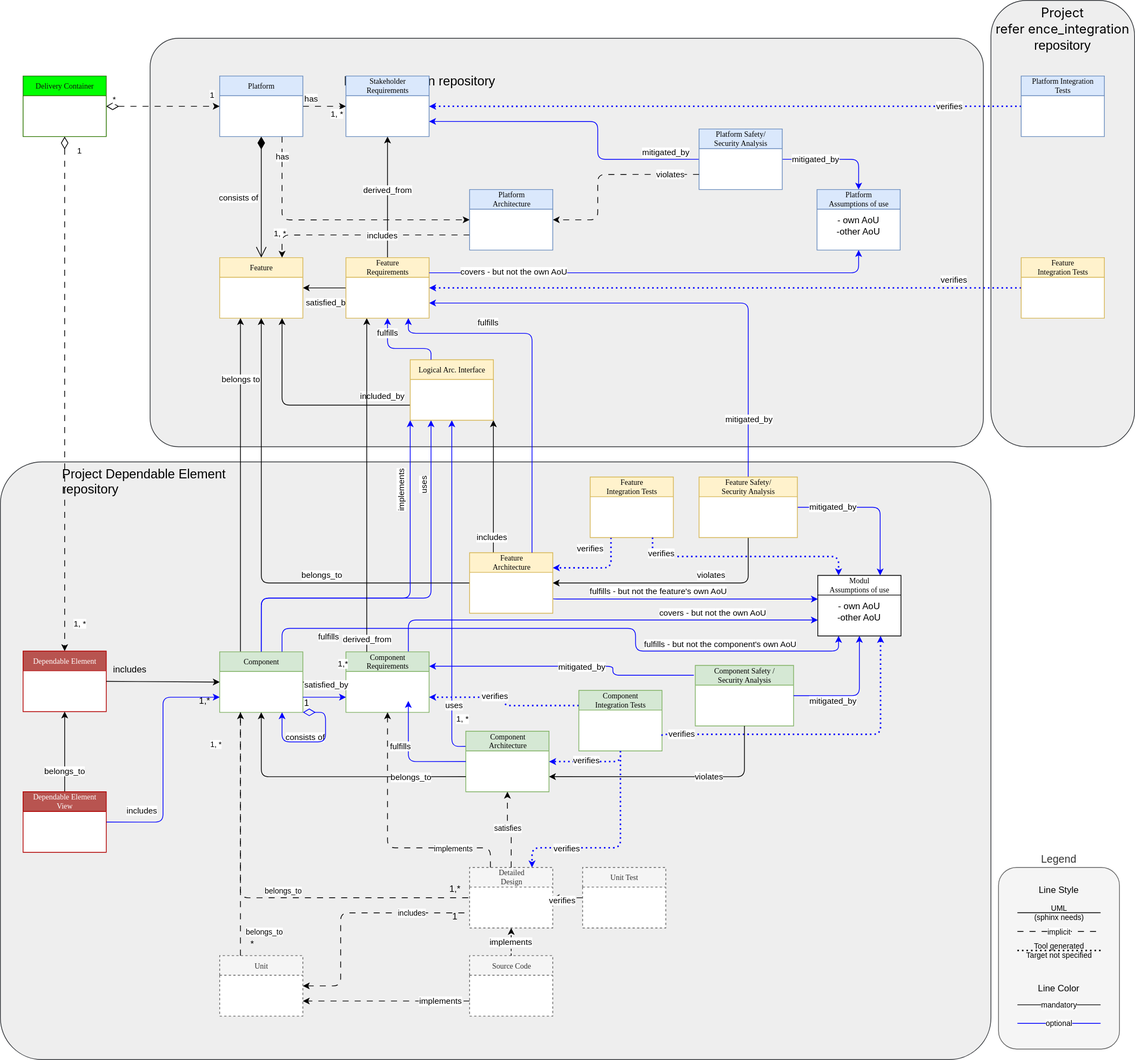
Before: process/general_concepts/_assets/score_building_blocks_meta_model_deployment_example.drawio.svg, a diagram exported from draw.io (eclipse-score/process_description). Source tidied: cells renumbered, new cells last; positions are measured from the earlier drawing's top-left corner, leaving out a move shared by most shapes.
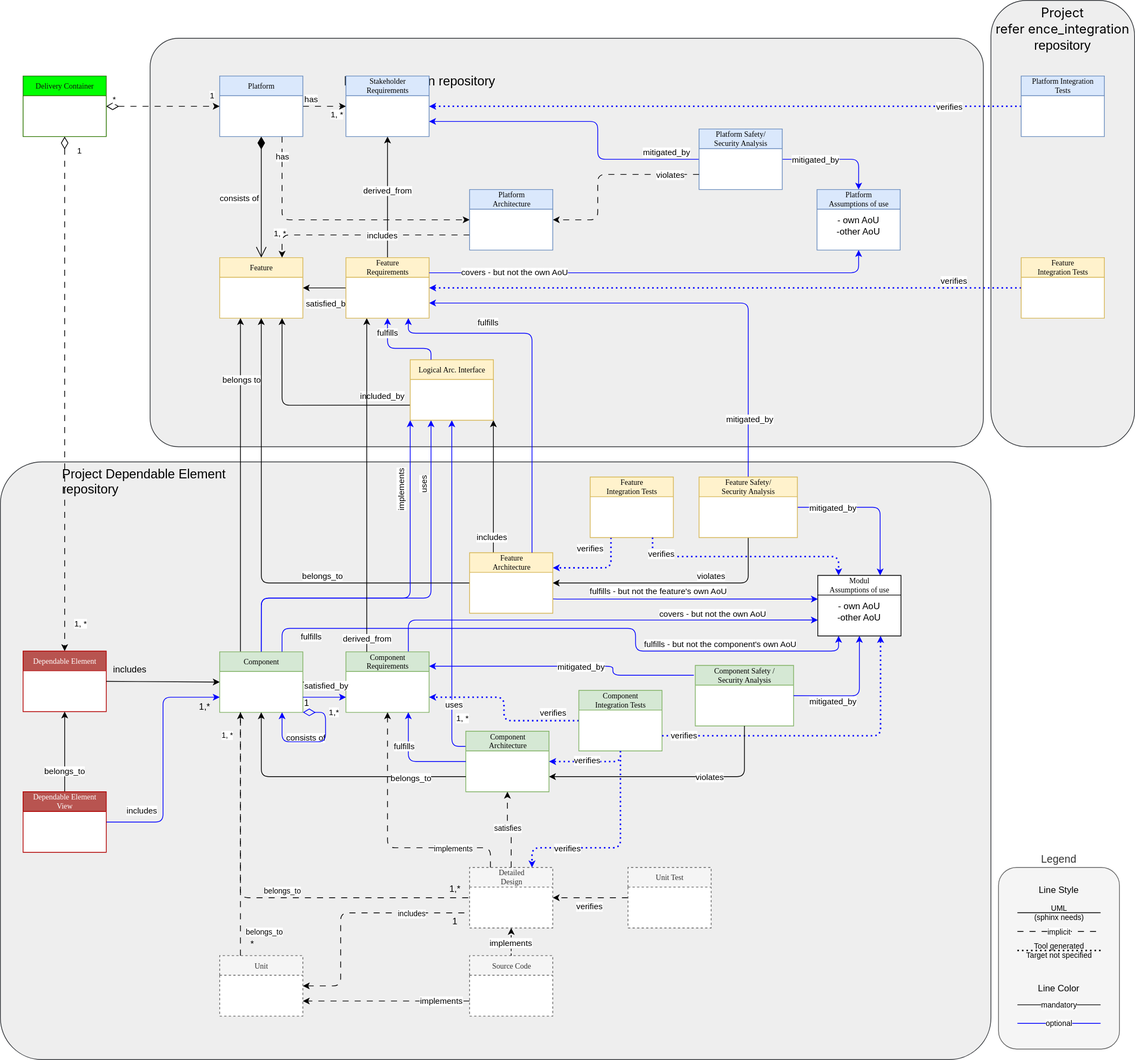
Later version of the same file.

Commit message:
rearrange items

Change to the diagram source:
```diff
@@ -2,12 +2,12 @@
   <root>
     <mxCell id="0" />
     <mxCell id="1" parent="0" />
+    <mxCell id="3" value="Project Dependable Element &#10;repository" style="rounded=1;whiteSpace=wrap;fillColor=#eeeeee;strokeColor=#36393d;align=left;verticalAlign=top;fontSize=17;labelBackgroundColor=none;spacingLeft=80;arcSize=7;" parent="1" vertex="1">
+      <mxGeometry y="610" width="1310" height="790" as="geometry" />
+    </mxCell>
     <mxCell id="2" value="&lt;div style=&quot;&quot;&gt;&lt;h4 class=&quot;Title-module__heading__tHuYV ReposListItem-module__DefaultItemTitle__n3lDr&quot; style=&quot;background-color: transparent; text-decoration-thickness: auto; text-decoration-style: solid; box-sizing: border-box; margin-top: 0px; margin-bottom: 0px; font-weight: 400; max-width: 100%; text-overflow: ellipsis; flex-shrink: 1; justify-content: space-between; display: inline; overflow: hidden; padding-left: 0px; caret-color: rgb(240, 246, 252);&quot;&gt;&lt;font style=&quot;font-size: 17px;&quot;&gt;&lt;span style=&quot;box-sizing: border-box;&quot;&gt;&lt;span class=&quot;SearchMatchText-module__highlightedText__ATaD0&quot; style=&quot;font-family: -apple-system, BlinkMacSystemFont, &amp;quot;Segoe UI&amp;quot;, &amp;quot;Noto Sans&amp;quot;, Helvetica, Arial, sans-serif, &amp;quot;Apple Color Emoji&amp;quot;, &amp;quot;Segoe UI Emoji&amp;quot;; text-wrap-mode: nowrap; box-sizing: border-box; background-color: rgba(0, 0, 0, 0); caret-color: rgb(240, 246, 252);&quot;&gt;Project&lt;/span&gt;&lt;/span&gt;&lt;/font&gt;&lt;/h4&gt;&lt;/div&gt;&lt;div style=&quot;&quot;&gt;&lt;h4 class=&quot;Title-module__heading__tHuYV ReposListItem-module__DefaultItemTitle__n3lDr&quot; style=&quot;background-color: transparent; text-decoration-thickness: auto; text-decoration-style: solid; box-sizing: border-box; margin-top: 0px; margin-bottom: 0px; font-weight: 400; max-width: 100%; text-overflow: ellipsis; flex-shrink: 1; justify-content: space-between; display: inline; overflow: hidden; padding-left: 0px; caret-color: rgb(240, 246, 252);&quot;&gt;&lt;font style=&quot;font-size: 17px;&quot;&gt;&lt;span style=&quot;box-sizing: border-box;&quot;&gt;&lt;span class=&quot;SearchMatchText-module__highlightedText__ATaD0&quot; style=&quot;font-family: -apple-system, BlinkMacSystemFont, &amp;quot;Segoe UI&amp;quot;, &amp;quot;Noto Sans&amp;quot;, Helvetica, Arial, sans-serif, &amp;quot;Apple Color Emoji&amp;quot;, &amp;quot;Segoe UI Emoji&amp;quot;; text-wrap-mode: nowrap; box-sizing: border-box; background-color: rgba(0, 0, 0, 0); caret-color: rgb(240, 246, 252);&quot;&gt;&amp;nbsp;refer&lt;/span&gt;&lt;font face=&quot;-apple-system, BlinkMacSystemFont, Segoe UI, Noto Sans, Helvetica, Arial, sans-serif, Apple Color Emoji, Segoe UI Emoji&quot;&gt;&lt;span style=&quot;text-wrap-mode: nowrap; caret-color: rgb(240, 246, 252);&quot;&gt;ence_integration&lt;/span&gt;&lt;/font&gt;&lt;font face=&quot;-apple-system, system-ui, Segoe UI, Noto Sans, Helvetica, Arial, sans-serif, Apple Color Emoji, Segoe UI Emoji&quot;&gt;&lt;span style=&quot;text-wrap-mode: nowrap; caret-color: rgb(240, 246, 252);&quot;&gt;&lt;br&gt;&lt;/span&gt;&lt;/font&gt;&lt;/span&gt;&lt;/font&gt;&lt;/h4&gt;&lt;span style=&quot;background-color: transparent; font-size: 17px;&quot;&gt;repository&lt;/span&gt;&lt;/div&gt;" style="rounded=1;whiteSpace=wrap;html=1;fillColor=#eeeeee;strokeColor=#36393d;verticalAlign=top;align=center;fontColor=default;arcSize=25;" parent="1" vertex="1">
       <mxGeometry x="1310" width="190" height="590" as="geometry" />
     </mxCell>
-    <mxCell id="3" value="Project Dependable Element &#10;repository" style="rounded=1;whiteSpace=wrap;fillColor=#eeeeee;strokeColor=#36393d;align=left;verticalAlign=top;fontSize=17;labelBackgroundColor=none;spacingLeft=80;arcSize=7;" parent="1" vertex="1">
-      <mxGeometry y="610" width="1310" height="790" as="geometry" />
-    </mxCell>
     <mxCell id="4" value="&lt;span style=&quot;white-space: pre;&quot;&gt;&#9;&lt;/span&gt;&lt;span style=&quot;white-space: pre;&quot;&gt;&#9;&lt;/span&gt;PROJECT main repository" style="rounded=1;whiteSpace=wrap;html=1;fillColor=#eeeeee;strokeColor=#36393d;align=left;verticalAlign=top;fontSize=17;arcSize=7;spacingLeft=80;fontFamily=Helvetica;fontColor=default;labelBackgroundColor=none;" parent="1" vertex="1">
       <mxGeometry x="198" y="50" width="1102" height="540" as="geometry" />
     </mxCell>
@@ -90,7 +90,7 @@
     </mxCell>
     <mxCell id="21" value="1,*" style="edgeLabel;html=1;align=center;verticalAlign=middle;" parent="20" vertex="1">
       <mxGeometry x="0.71" y="4" relative="1" as="geometry">
-        <mxPoint x="4" y="-20" as="offset" />
+        <mxPoint x="-9" y="43" as="offset" />
       </mxGeometry>
     </mxCell>
     <mxCell id="22" value="satisfied_by" style="edgeLabel;html=1;align=center;verticalAlign=middle;rotation=0;" parent="20" vertex="1">
@@ -118,7 +118,9 @@
       <mxGeometry x="290" y="1262.5" width="110" height="80" as="geometry" />
     </mxCell>
     <mxCell id="27" value="1, *" style="endArrow=none;html=1;endSize=6;startArrow=none;startSize=14;startFill=0;edgeStyle=orthogonalEdgeStyle;align=center;verticalAlign=middle;rounded=1;entryX=0.25;entryY=1;entryDx=0;entryDy=0;exitX=0.25;exitY=0;exitDx=0;exitDy=0;endFill=1;dashed=1;dashPattern=8 8;strokeColor=default;fontFamily=Helvetica;fontSize=10;fontColor=default;labelBackgroundColor=default;" parent="1" edge="1" source="26" target="12">
-      <mxGeometry x="0.74" y="33" relative="1" as="geometry" />
+      <mxGeometry x="0.82" y="17" relative="1" as="geometry">
+        <mxPoint x="-1" as="offset" />
+      </mxGeometry>
     </mxCell>
     <mxCell id="28" value="belongs_to" style="edgeLabel;html=1;align=center;verticalAlign=middle;rounded=1;dashed=1;dashPattern=8 8;strokeColor=default;fontFamily=Helvetica;fontSize=10;fontColor=default;labelBackgroundColor=default;" parent="27" vertex="1">
       <mxGeometry x="-0.54" y="2" relative="1" as="geometry">
@@ -271,7 +273,7 @@
       <mxGeometry x="-0.6" y="6" relative="1" as="geometry" />
     </mxCell>
     <mxCell id="63" value="1,*" style="text;html=1;align=center;verticalAlign=middle;strokeColor=none;fillColor=none;fontSize=12;fontColor=#000000;" parent="1" vertex="1">
-      <mxGeometry x="250" y="911" width="40" height="30" as="geometry" />
+      <mxGeometry x="250" y="919" width="40" height="30" as="geometry" />
     </mxCell>
     <mxCell id="64" style="edgeStyle=orthogonalEdgeStyle;rounded=1;jettySize=auto;html=1;entryX=1;entryY=0.5;entryDx=0;entryDy=0;strokeColor=#000000;curved=0;exitX=0.5;exitY=1;exitDx=0;exitDy=0;" parent="1" edge="1" source="137" target="131">
       <mxGeometry relative="1" as="geometry">
@@ -350,11 +352,13 @@
     <mxCell id="79" value="Feature &lt;br&gt;Integration Tests" style="swimlane;html=1;fontStyle=0;horizontal=1;startSize=26;fillColor=#fff2cc;swimlaneFillColor=#ffffff;rounded=0;shadow=0;comic=0;labelBackgroundColor=none;strokeWidth=1;fontFamily=Verdana;fontSize=10;align=center;strokeColor=#d6b656;" parent="1" vertex="1">
       <mxGeometry x="780" y="630" width="110" height="80" as="geometry" />
     </mxCell>
-    <mxCell id="80" style="rounded=1;jettySize=auto;html=1;dashed=1;exitX=0;exitY=0.25;exitDx=0;exitDy=0;strokeColor=#0000FF;dashPattern=1 2;strokeWidth=2;endSize=3;entryX=1;entryY=0.75;entryDx=0;entryDy=0;edgeStyle=orthogonalEdgeStyle;" parent="1" edge="1" source="84" target="19">
+    <mxCell id="80" style="rounded=1;jettySize=auto;html=1;dashed=1;exitX=0;exitY=0.5;exitDx=0;exitDy=0;strokeColor=#0000FF;dashPattern=1 2;strokeWidth=2;endSize=3;entryX=1;entryY=0.75;entryDx=0;entryDy=0;edgeStyle=orthogonalEdgeStyle;" parent="1" edge="1" source="84" target="19">
       <mxGeometry relative="1" as="geometry" />
     </mxCell>
     <mxCell id="81" value="verifies" style="edgeLabel;html=1;align=center;verticalAlign=middle;" parent="80" vertex="1">
-      <mxGeometry x="0.17" y="-1" relative="1" as="geometry" />
+      <mxGeometry x="0.17" y="-1" relative="1" as="geometry">
+        <mxPoint x="69" y="21" as="offset" />
+      </mxGeometry>
     </mxCell>
     <mxCell id="82" style="edgeStyle=orthogonalEdgeStyle;rounded=1;jettySize=auto;html=1;entryX=0.75;entryY=0;entryDx=0;entryDy=0;dashed=1;startArrow=none;startFill=0;endArrow=classic;endFill=1;exitX=0.5;exitY=1;exitDx=0;exitDy=0;curved=0;strokeColor=#0000FF;dashPattern=1 2;strokeWidth=2;endSize=3;" parent="1" edge="1" source="84" target="49">
       <mxGeometry relative="1" as="geometry">
@@ -398,15 +402,15 @@
       </mxGeometry>
     </mxCell>
     <mxCell id="90" value="verifies" style="edgeLabel;html=1;align=center;verticalAlign=middle;" parent="1" vertex="1">
-      <mxGeometry x="755" y="912" as="geometry">
+      <mxGeometry x="790" y="919" as="geometry">
         <mxPoint x="-12" y="278" as="offset" />
       </mxGeometry>
     </mxCell>
     <mxCell id="91" value="Unit Test" style="swimlane;html=1;fontStyle=0;horizontal=1;startSize=26;fillColor=#f5f5f5;swimlaneFillColor=#ffffff;rounded=0;shadow=0;comic=0;labelBackgroundColor=none;strokeWidth=1;fontFamily=Verdana;fontSize=10;align=center;fontColor=#333333;strokeColor=#666666;dashed=1;" parent="1" vertex="1">
-      <mxGeometry x="770" y="1146" width="110" height="80" as="geometry" />
+      <mxGeometry x="830" y="1146" width="110" height="80" as="geometry" />
     </mxCell>
     <mxCell id="92" value="1" style="text;html=1;align=center;verticalAlign=middle;strokeColor=none;fillColor=none;" parent="1" vertex="1">
-      <mxGeometry x="585.5" y="1196" width="30" height="30" as="geometry" />
+      <mxGeometry x="585.5" y="1202.5" width="30" height="30" as="geometry" />
     </mxCell>
     <mxCell id="93" value="1,*" style="text;html=1;align=center;verticalAlign=middle;strokeColor=none;fillColor=none;" parent="1" vertex="1">
       <mxGeometry x="580.6" y="1160" width="40" height="30" as="geometry" />
@@ -573,8 +577,7 @@
     <mxCell id="126" style="edgeStyle=orthogonalEdgeStyle;rounded=1;jettySize=auto;html=1;entryX=0.75;entryY=1;entryDx=0;entryDy=0;dashed=1;curved=0;strokeColor=#0000FF;dashPattern=1 2;strokeWidth=2;endSize=3;exitX=1;exitY=0.75;exitDx=0;exitDy=0;" parent="1" edge="1" source="84" target="132">
       <mxGeometry relative="1" as="geometry">
         <Array as="points">
-          <mxPoint x="875" y="970" />
-          <mxPoint x="1164" y="970" />
+          <mxPoint x="1164" y="972" />
           <mxPoint x="1164" y="840" />
         </Array>
       </mxGeometry>
@@ -644,12 +647,11 @@
     </mxCell>
     <mxCell id="143" value="fulfills" style="edgeLabel;html=1;align=center;verticalAlign=middle;" parent="142" vertex="1">
       <mxGeometry x="0.35" y="-2" relative="1" as="geometry">
-        <mxPoint x="16" y="-78" as="offset" />
+        <mxPoint x="-8" y="-79" as="offset" />
       </mxGeometry>
     </mxCell>
-    <mxCell id="144" style="edgeStyle=orthogonalEdgeStyle;rounded=1;jettySize=auto;html=1;exitX=0.75;exitY=1;exitDx=0;exitDy=0;strokeColor=#0000ff;startArrow=classic;startFill=1;endArrow=none;endFill=0;entryX=0;entryY=0.5;entryDx=0;entryDy=0;" parent="1" edge="1" target="46">
+    <mxCell id="144" style="edgeStyle=orthogonalEdgeStyle;rounded=1;jettySize=auto;html=1;exitX=0.75;exitY=1;exitDx=0;exitDy=0;strokeColor=#0000ff;startArrow=classic;startFill=1;endArrow=none;endFill=0;entryX=0;entryY=0.5;entryDx=0;entryDy=0;" parent="1" edge="1" source="19" target="46">
       <mxGeometry relative="1" as="geometry">
-        <mxPoint x="539.5" y="926" as="sourcePoint" />
         <Array as="points">
           <mxPoint x="540" y="1006" />
         </Array>
```
